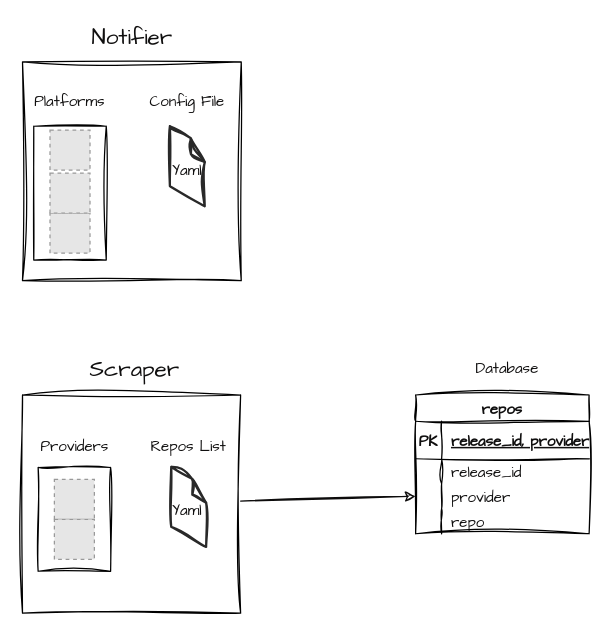
faresherhar/rnotify keeps this draw.io diagram as schema/schema.drawio. Above is the earlier version. Source tidied: cells renumbered, new cells numbered last; positions are measured from the earlier drawing's top-left corner, leaving out a move shared by most shapes. Both pictures are drawn from the tidied source at 125%, with x=0, y=0 at pixel (2, 21). Pictures stored in the file or linked from it are replaced by grey dashed boxes.
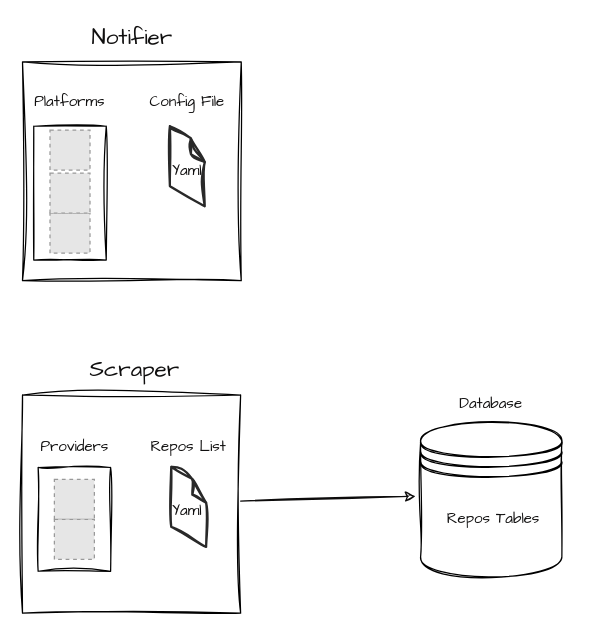
After the change.

The change refers to these unchanged cells:
```xml
<mxCell id="2" style="whiteSpace=wrap;html=1;sketch=1;hachureGap=4;jiggle=2;curveFitting=1;strokeColor=#000000;fontFamily=Architects Daughter;fontSize=12;fontColor=#100f0f;fillColor=none;" parent="1" vertex="1">
  <mxGeometry x="15.5" y="298.5" width="174.5" height="174.5" as="geometry" />
</mxCell>
```

What changed in the source:
```diff
@@
     <mxCell id="9" value="&lt;font color=&quot;#100f0f&quot; style=&quot;font-size: 12px;&quot;&gt;Database&lt;/font&gt;" style="text;html=1;strokeColor=none;fillColor=none;align=center;verticalAlign=middle;whiteSpace=wrap;rounded=0;sketch=1;hachureGap=4;jiggle=2;curveFitting=1;fontFamily=Architects Daughter;fontSize=12;" parent="1" vertex="1">
-      <mxGeometry x="375" y="266" width="56.5" height="23" as="geometry" />
+      <mxGeometry x="362.2" y="294" width="56.5" height="23" as="geometry" />
     </mxCell>
@@
-    <mxCell id="19" value="repos" style="shape=table;startSize=21;childLayout=tableLayout;rowLines=0;fontStyle=1;align=center;sketch=1;hachureGap=4;jiggle=2;curveFitting=1;strokeColor=#000000;fontFamily=Architects Daughter;fontSize=12;fontColor=#100f0f;fillColor=none;" parent="1" vertex="1">
-      <mxGeometry x="330" y="298.5" width="138.8" height="111" as="geometry" />
-    </mxCell>
-    <mxCell id="20" style="shape=tableRow;horizontal=0;startSize=0;swimlaneHead=0;swimlaneBody=0;fillColor=none;top=0;left=0;right=0;bottom=1;sketch=1;hachureGap=4;jiggle=2;curveFitting=1;strokeColor=#000000;fontFamily=Architects Daughter;fontSize=18;fontColor=#100f0f;" parent="19" vertex="1">
-      <mxGeometry y="21" width="138.8" height="30" as="geometry" />
-    </mxCell>
-    <mxCell id="21" value="PK" style="shape=partialRectangle;fillColor=none;top=0;left=0;bottom=0;right=0;fontStyle=1;overflow=hidden;sketch=1;hachureGap=4;jiggle=2;curveFitting=1;strokeColor=#000000;fontFamily=Architects Daughter;fontSize=12;fontColor=#100f0f;" parent="20" vertex="1">
-      <mxGeometry width="20.8" height="30" as="geometry" />
-    </mxCell>
-    <mxCell id="22" value="release_id, provider" style="shape=partialRectangle;fillColor=none;top=0;left=0;bottom=0;right=0;align=left;spacingLeft=6;fontStyle=5;overflow=hidden;sketch=1;hachureGap=4;jiggle=2;curveFitting=1;strokeColor=#000000;fontFamily=Architects Daughter;fontSize=12;fontColor=#100f0f;" parent="20" vertex="1">
-      <mxGeometry x="20.8" width="118" height="30" as="geometry" />
-    </mxCell>
-    <mxCell id="23" style="shape=tableRow;horizontal=0;startSize=0;swimlaneHead=0;swimlaneBody=0;fillColor=none;top=0;left=0;right=0;bottom=0;sketch=1;hachureGap=4;jiggle=2;curveFitting=1;strokeColor=#000000;fontFamily=Architects Daughter;fontSize=18;fontColor=#100f0f;" parent="19" vertex="1">
-      <mxGeometry y="51" width="138.8" height="20" as="geometry" />
-    </mxCell>
-    <mxCell id="24" style="shape=partialRectangle;fillColor=none;top=0;left=0;bottom=0;right=0;overflow=hidden;sketch=1;hachureGap=4;jiggle=2;curveFitting=1;strokeColor=#000000;fontFamily=Architects Daughter;fontSize=18;fontColor=#100f0f;" parent="23" vertex="1">
-      <mxGeometry width="20.8" height="20" as="geometry" />
-    </mxCell>
-    <mxCell id="25" value="release_id" style="shape=partialRectangle;fillColor=none;top=0;left=0;bottom=0;right=0;align=left;spacingLeft=6;overflow=hidden;sketch=1;hachureGap=4;jiggle=2;curveFitting=1;strokeColor=#000000;fontFamily=Architects Daughter;fontSize=12;fontColor=#100f0f;" parent="23" vertex="1">
-      <mxGeometry x="20.8" width="118" height="20" as="geometry" />
-    </mxCell>
-    <mxCell id="26" style="shape=tableRow;horizontal=0;startSize=0;swimlaneHead=0;swimlaneBody=0;fillColor=none;points=[[0,0.5],[1,0.5]];portConstraint=eastwest;top=0;left=0;right=0;bottom=0;sketch=1;hachureGap=4;jiggle=2;curveFitting=1;strokeColor=#000000;fontFamily=Architects Daughter;fontSize=18;fontColor=#100f0f;" parent="19" vertex="1">
-      <mxGeometry y="71" width="138.8" height="20" as="geometry" />
-    </mxCell>
-    <mxCell id="27" style="shape=partialRectangle;fillColor=none;top=0;left=0;bottom=0;right=0;overflow=hidden;sketch=1;hachureGap=4;jiggle=2;curveFitting=1;strokeColor=#000000;fontFamily=Architects Daughter;fontSize=18;fontColor=#100f0f;" parent="26" vertex="1">
-      <mxGeometry width="20.8" height="20" as="geometry" />
-    </mxCell>
-    <mxCell id="28" value="provider" style="shape=partialRectangle;fillColor=none;top=0;left=0;bottom=0;right=0;align=left;spacingLeft=6;overflow=hidden;sketch=1;hachureGap=4;jiggle=2;curveFitting=1;strokeColor=#000000;fontFamily=Architects Daughter;fontSize=12;fontColor=#100f0f;" parent="26" vertex="1">
-      <mxGeometry x="20.8" width="118" height="20" as="geometry" />
-    </mxCell>
-    <mxCell id="29" style="shape=tableRow;horizontal=0;startSize=0;swimlaneHead=0;swimlaneBody=0;fillColor=none;top=0;left=0;right=0;bottom=0;sketch=1;hachureGap=4;jiggle=2;curveFitting=1;strokeColor=#000000;fontFamily=Architects Daughter;fontSize=18;fontColor=#100f0f;" parent="19" vertex="1">
-      <mxGeometry y="91" width="138.8" height="20" as="geometry" />
-    </mxCell>
-    <mxCell id="30" style="shape=partialRectangle;fillColor=none;top=0;left=0;bottom=0;right=0;overflow=hidden;sketch=1;hachureGap=4;jiggle=2;curveFitting=1;strokeColor=#000000;fontFamily=Architects Daughter;fontSize=18;fontColor=#100f0f;" parent="29" vertex="1">
-      <mxGeometry width="20.8" height="20" as="geometry" />
-    </mxCell>
-    <mxCell id="31" value="repo" style="shape=partialRectangle;fillColor=none;top=0;left=0;bottom=0;right=0;align=left;spacingLeft=6;overflow=hidden;sketch=1;hachureGap=4;jiggle=2;curveFitting=1;strokeColor=#000000;fontFamily=Architects Daughter;fontSize=12;fontColor=#100f0f;" parent="29" vertex="1">
-      <mxGeometry x="20.8" width="118" height="20" as="geometry" />
-    </mxCell>
-    <mxCell id="32" style="endArrow=classic;html=1;sketch=1;hachureGap=4;jiggle=2;curveFitting=1;fontFamily=Architects Daughter;fontSize=12;fontColor=#100f0f;entryX=0;entryY=0.5;entryDx=0;entryDy=0;strokeColor=#0d0c0c;" parent="1" edge="1" source="2" target="26">
-      <mxGeometry relative="1" as="geometry" />
+    <mxCell id="32" style="endArrow=classic;html=1;sketch=1;hachureGap=4;jiggle=2;curveFitting=1;fontFamily=Architects Daughter;fontSize=12;fontColor=#100f0f;entryX=0;entryY=0.5;entryDx=0;entryDy=0;strokeColor=#0d0c0c;" parent="1" edge="1" source="2">
+      <mxGeometry relative="1" as="geometry">
+        <mxPoint x="330" y="379.5" as="targetPoint" />
+      </mxGeometry>
     </mxCell>
@@
+    <mxCell id="36" style="shape=datastore;whiteSpace=wrap;html=1;sketch=1;hachureGap=4;jiggle=2;curveFitting=1;fontFamily=Architects Daughter;fontSize=20;strokeColor=#000000;fillColor=none;" parent="1" vertex="1">
+      <mxGeometry x="334" y="320" width="113" height="124" as="geometry" />
+    </mxCell>
+    <mxCell id="37" value="&lt;font color=&quot;#100f0f&quot; style=&quot;font-size: 12px;&quot;&gt;Repos Tables&lt;/font&gt;" style="text;html=1;strokeColor=none;fillColor=none;align=center;verticalAlign=middle;whiteSpace=wrap;rounded=0;sketch=1;hachureGap=4;jiggle=2;curveFitting=1;fontFamily=Architects Daughter;fontSize=12;" parent="1" vertex="1">
+      <mxGeometry x="350" y="386.5" width="85" height="23" as="geometry" />
+    </mxCell>
```
